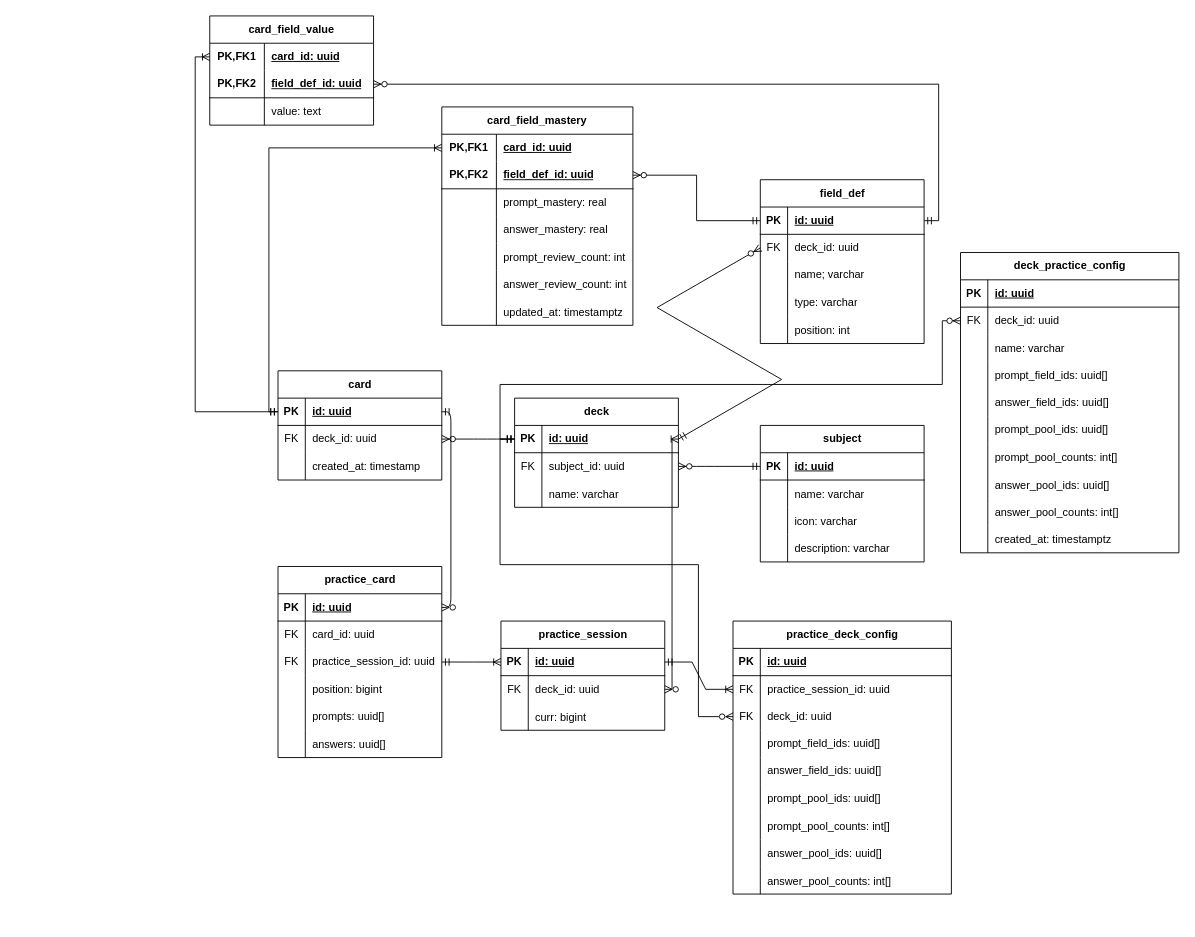
Before: docs/Flashy-v0.1.1.drawio in lushihui51/Flashy, a draw.io diagram. Source tidied: cells renumbered, new cells numbered last; positions are measured from the earlier drawing's top-left corner, leaving out a move shared by most shapes. Both pictures are drawn from the tidied source at 91%, with x=0, y=0 at pixel (195, 15).
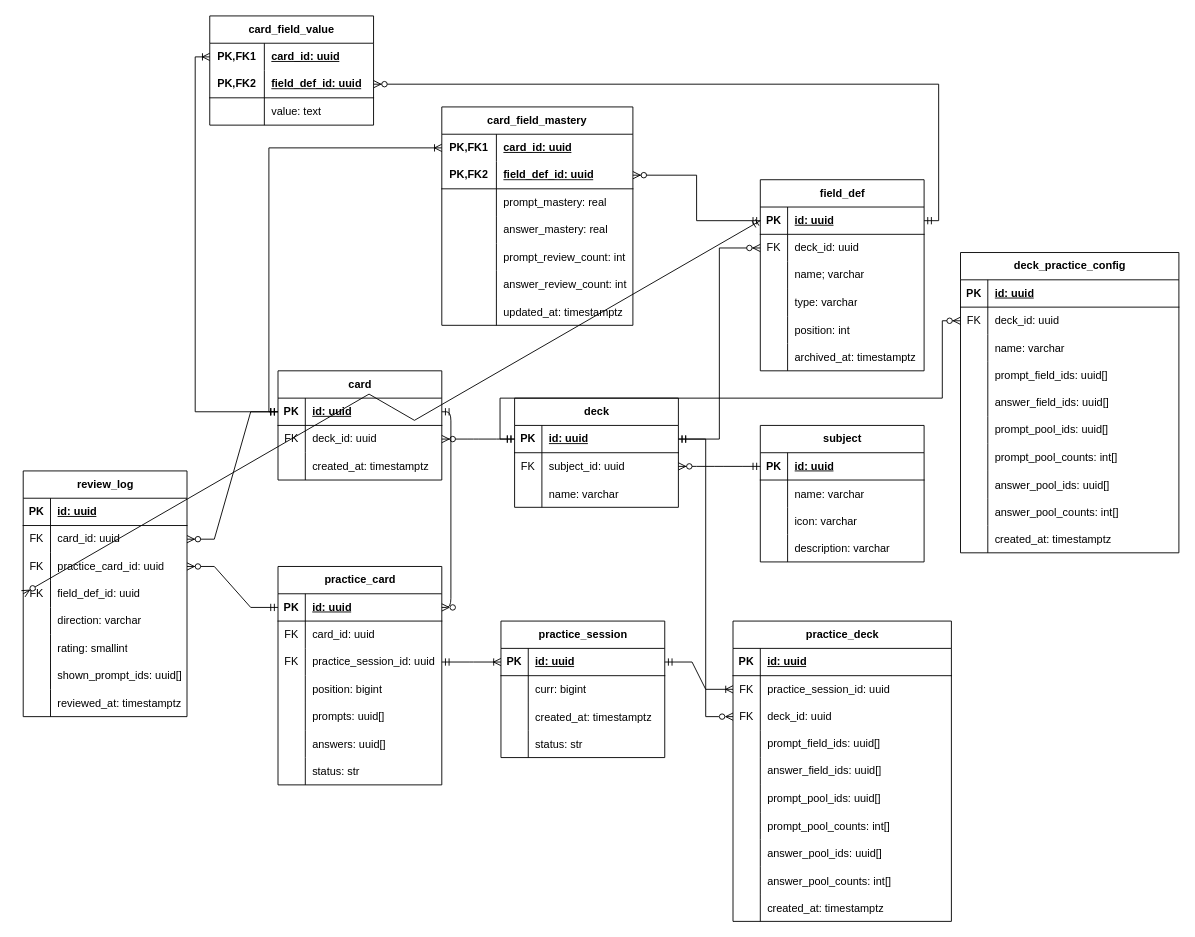
Above is the later version.

Unchanged cells that the change refers to:
```xml
<mxCell id="3" style="shape=tableRow;horizontal=0;startSize=0;swimlaneHead=0;swimlaneBody=0;fillColor=none;points=[[0,0.5],[1,0.5]];portConstraint=eastwest;top=0;left=0;right=0;bottom=1;" parent="2" vertex="1">
  <mxGeometry y="30" width="180" height="30" as="geometry" />
</mxCell>
<mxCell id="9" style="shape=tableRow;horizontal=0;startSize=0;swimlaneHead=0;swimlaneBody=0;fillColor=none;top=0;left=0;right=0;bottom=0;" parent="2" vertex="1">
  <mxGeometry y="90" width="180" height="30" as="geometry" />
</mxCell>
<mxCell id="13" style="shape=tableRow;horizontal=0;startSize=0;swimlaneHead=0;swimlaneBody=0;fillColor=none;points=[[0,0.5],[1,0.5]];portConstraint=eastwest;top=0;left=0;right=0;bottom=1;" parent="12" vertex="1">
  <mxGeometry y="30" width="180" height="30" as="geometry" />
</mxCell>
<mxCell id="38" style="shape=tableRow;horizontal=0;startSize=0;swimlaneHead=0;swimlaneBody=0;fillColor=none;points=[[0,0.5],[1,0.5]];portConstraint=eastwest;top=0;left=0;right=0;bottom=1;" parent="37" vertex="1">
  <mxGeometry y="30" width="180" height="30" as="geometry" />
</mxCell>
<mxCell id="68" style="shape=tableRow;horizontal=0;startSize=0;swimlaneHead=0;swimlaneBody=0;fillColor=none;points=[[0,0.5],[1,0.5]];portConstraint=eastwest;top=0;left=0;right=0;bottom=1;" parent="67" vertex="1">
  <mxGeometry y="30" width="180" height="30" as="geometry" />
</mxCell>
<mxCell id="71" style="shape=tableRow;horizontal=0;startSize=0;swimlaneHead=0;swimlaneBody=0;fillColor=none;points=[[0,0.5],[1,0.5]];portConstraint=eastwest;top=0;left=0;right=0;bottom=0;" parent="67" vertex="1">
  <mxGeometry y="60" width="180" height="30" as="geometry" />
</mxCell>
<mxCell id="125" style="shape=tableRow;horizontal=0;startSize=0;swimlaneHead=0;swimlaneBody=0;fillColor=none;points=[[0,0.5],[1,0.5]];portConstraint=eastwest;top=0;left=0;right=0;bottom=0;" parent="121" vertex="1">
  <mxGeometry y="60" width="240" height="30" as="geometry" />
</mxCell>
<mxCell id="159" style="shape=tableRow;horizontal=0;startSize=0;swimlaneHead=0;swimlaneBody=0;fillColor=none;points=[[0,0.5],[1,0.5]];portConstraint=eastwest;top=0;left=0;right=0;bottom=0;" parent="152" vertex="1">
  <mxGeometry y="90" width="240" height="30" as="geometry" />
</mxCell>
```

Diff of the diagram source:
```diff
@@
-    <mxCell id="11" value="created_at: timestamp" style="shape=partialRectangle;fillColor=none;top=0;left=0;bottom=0;right=0;align=left;spacingLeft=6;overflow=hidden;" parent="9" vertex="1">
+    <mxCell id="11" value="created_at: timestamptz" style="shape=partialRectangle;fillColor=none;top=0;left=0;bottom=0;right=0;align=left;spacingLeft=6;overflow=hidden;" parent="9" vertex="1">
       <mxGeometry x="30" width="150" height="30" as="geometry" />
     </mxCell>
@@
     <mxCell id="37" value="practice_card" style="shape=table;startSize=30;childLayout=tableLayout;rowLines=0;fontStyle=1;align=center;html=1;" parent="1" vertex="1">
-      <mxGeometry x="91" y="605" width="180" height="210" as="geometry" />
+      <mxGeometry x="91" y="605" width="180" height="240" as="geometry" />
     </mxCell>
@@
+    <mxCell id="184" style="shape=tableRow;horizontal=0;startSize=0;swimlaneHead=0;swimlaneBody=0;fillColor=none;top=0;left=0;right=0;bottom=0;" parent="37" vertex="1">
+      <mxGeometry y="210" width="180" height="30" as="geometry" />
+    </mxCell>
+    <mxCell id="185" style="shape=partialRectangle;fillColor=none;top=0;left=0;bottom=0;right=0;overflow=hidden;" parent="184" vertex="1">
+      <mxGeometry width="30" height="30" as="geometry" />
+    </mxCell>
+    <mxCell id="186" value="status: str" style="shape=partialRectangle;fillColor=none;top=0;left=0;bottom=0;right=0;align=left;spacingLeft=6;overflow=hidden;" parent="184" vertex="1">
+      <mxGeometry x="30" width="150" height="30" as="geometry" />
+    </mxCell>
     <mxCell id="56" value="practice_session" style="shape=table;startSize=30;childLayout=tableLayout;rowLines=0;fontStyle=1;align=center;html=1;" parent="1" vertex="1">
-      <mxGeometry x="336" y="665" width="180" height="120" as="geometry" />
+      <mxGeometry x="336" y="665" width="180" height="150" as="geometry" />
     </mxCell>
@@
-    <mxCell id="60" style="shape=tableRow;horizontal=0;startSize=0;swimlaneHead=0;swimlaneBody=0;fillColor=none;points=[[0,0.5],[1,0.5]];portConstraint=eastwest;top=0;left=0;right=0;bottom=0;" parent="56" vertex="1">
-      <mxGeometry y="60" width="180" height="30" as="geometry" />
-    </mxCell>
-    <mxCell id="61" value="FK" style="shape=partialRectangle;fillColor=none;top=0;left=0;bottom=0;right=0;fontStyle=0;overflow=hidden;whiteSpace=wrap;html=1;" parent="60" vertex="1">
-      <mxGeometry width="30" height="30" as="geometry" />
-    </mxCell>
-    <mxCell id="62" value="deck_id: uuid" style="shape=partialRectangle;fillColor=none;top=0;left=0;bottom=0;right=0;align=left;spacingLeft=6;fontStyle=0;overflow=hidden;whiteSpace=wrap;html=1;" parent="60" vertex="1">
-      <mxGeometry x="30" width="150" height="30" as="geometry" />
-    </mxCell>
     <mxCell id="63" style="shape=tableRow;horizontal=0;startSize=0;swimlaneHead=0;swimlaneBody=0;fillColor=none;top=0;left=0;right=0;bottom=0;" parent="56" vertex="1">
-      <mxGeometry y="90" width="180" height="30" as="geometry" />
+      <mxGeometry y="60" width="180" height="30" as="geometry" />
     </mxCell>
@@
+    <mxCell id="187" style="shape=tableRow;horizontal=0;startSize=0;swimlaneHead=0;swimlaneBody=0;fillColor=none;top=0;left=0;right=0;bottom=0;" parent="56" vertex="1">
+      <mxGeometry y="90" width="180" height="30" as="geometry" />
+    </mxCell>
+    <mxCell id="188" style="shape=partialRectangle;fillColor=none;top=0;left=0;bottom=0;right=0;overflow=hidden;" parent="187" vertex="1">
+      <mxGeometry width="30" height="30" as="geometry" />
+    </mxCell>
+    <mxCell id="189" value="created_at: timestamptz" style="shape=partialRectangle;fillColor=none;top=0;left=0;bottom=0;right=0;align=left;spacingLeft=6;overflow=hidden;" parent="187" vertex="1">
+      <mxGeometry x="30" width="150" height="30" as="geometry" />
+    </mxCell>
+    <mxCell id="190" style="shape=tableRow;horizontal=0;startSize=0;swimlaneHead=0;swimlaneBody=0;fillColor=none;top=0;left=0;right=0;bottom=0;" parent="56" vertex="1">
+      <mxGeometry y="120" width="180" height="30" as="geometry" />
+    </mxCell>
+    <mxCell id="191" style="shape=partialRectangle;fillColor=none;top=0;left=0;bottom=0;right=0;overflow=hidden;" parent="190" vertex="1">
+      <mxGeometry width="30" height="30" as="geometry" />
+    </mxCell>
+    <mxCell id="192" value="status: str" style="shape=partialRectangle;fillColor=none;top=0;left=0;bottom=0;right=0;align=left;spacingLeft=6;overflow=hidden;" parent="190" vertex="1">
+      <mxGeometry x="30" width="150" height="30" as="geometry" />
+    </mxCell>
@@
     <mxCell id="67" value="field_def" style="shape=table;startSize=30;childLayout=tableLayout;rowLines=0;fontStyle=1;align=center;html=1;" parent="1" vertex="1">
-      <mxGeometry x="621" y="180" width="180" height="180" as="geometry" />
+      <mxGeometry x="621" y="180" width="180" height="210" as="geometry" />
     </mxCell>
@@
+    <mxCell id="193" style="shape=tableRow;horizontal=0;startSize=0;swimlaneHead=0;swimlaneBody=0;fillColor=none;top=0;left=0;right=0;bottom=0;" parent="67" vertex="1">
+      <mxGeometry y="180" width="180" height="30" as="geometry" />
+    </mxCell>
+    <mxCell id="194" style="shape=partialRectangle;fillColor=none;top=0;left=0;bottom=0;right=0;overflow=hidden;" parent="193" vertex="1">
+      <mxGeometry width="30" height="30" as="geometry" />
+    </mxCell>
+    <mxCell id="195" value="archived_at: timestamptz" style="shape=partialRectangle;fillColor=none;top=0;left=0;bottom=0;right=0;align=left;spacingLeft=6;overflow=hidden;" parent="193" vertex="1">
+      <mxGeometry x="30" width="150" height="30" as="geometry" />
+    </mxCell>
-    <mxCell id="83" style="fontSize=12;html=1;endArrow=ERzeroToMany;startArrow=ERmandOne;rounded=0;entryX=0;entryY=0.5;entryDx=0;entryDy=0;exitX=1;exitY=0.5;exitDx=0;exitDy=0;edgeStyle=isometricEdgeStyle;" parent="1" edge="1" source="13" target="71">
-      <mxGeometry relative="1" as="geometry" />
+    <mxCell id="83" style="fontSize=12;html=1;endArrow=ERzeroToMany;startArrow=ERmandOne;rounded=0;entryX=0;entryY=0.5;entryDx=0;entryDy=0;exitX=1;exitY=0.5;exitDx=0;exitDy=0;edgeStyle=orthogonalEdgeStyle;libavoidRouting=1;" parent="1" edge="1" source="13" target="71">
+      <mxGeometry relative="1" as="geometry">
+        <Array as="points">
+          <mxPoint x="576" y="465" />
+          <mxPoint x="576" y="255" />
+        </Array>
+      </mxGeometry>
     </mxCell>
@@
-    <mxCell id="117" style="edgeStyle=elbowEdgeStyle;fontSize=12;html=1;endArrow=ERoneToMany;startArrow=ERzeroToMany;rounded=0;exitX=1;exitY=0.5;exitDx=0;exitDy=0;entryX=1;entryY=0.5;entryDx=0;entryDy=0;" parent="1" edge="1" source="60" target="13">
-      <mxGeometry relative="1" as="geometry" />
-    </mxCell>
@@
-    <mxCell id="152" value="practice_deck_config" style="shape=table;startSize=30;childLayout=tableLayout;rowLines=0;fontStyle=1;align=center;html=1;" parent="1" vertex="1">
-      <mxGeometry x="591" y="665" width="240" height="300" as="geometry" />
+    <mxCell id="152" value="practice_deck" style="shape=table;startSize=30;childLayout=tableLayout;rowLines=0;fontStyle=1;align=center;html=1;" parent="1" vertex="1">
+      <mxGeometry x="591" y="665" width="240" height="330" as="geometry" />
     </mxCell>
@@
+    <mxCell id="196" style="shape=tableRow;horizontal=0;startSize=0;swimlaneHead=0;swimlaneBody=0;fillColor=none;top=0;left=0;right=0;bottom=0;" parent="152" vertex="1">
+      <mxGeometry y="300" width="240" height="30" as="geometry" />
+    </mxCell>
+    <mxCell id="197" style="shape=partialRectangle;fillColor=none;top=0;left=0;bottom=0;right=0;overflow=hidden;" parent="196" vertex="1">
+      <mxGeometry width="30" height="30" as="geometry" />
+    </mxCell>
+    <mxCell id="198" value="created_at: timestamptz" style="shape=partialRectangle;fillColor=none;top=0;left=0;bottom=0;right=0;align=left;spacingLeft=6;overflow=hidden;" parent="196" vertex="1">
+      <mxGeometry x="30" width="210" height="30" as="geometry" />
+    </mxCell>
     <mxCell id="180" style="edgeStyle=orthogonalEdgeStyle;fontSize=12;html=1;endArrow=ERzeroToMany;startArrow=ERmandOne;rounded=0;exitX=0;exitY=0.5;exitDx=0;exitDy=0;entryX=0;entryY=0.5;entryDx=0;entryDy=0;libavoidRouting=1;" parent="1" edge="1" source="13" target="125">
       <mxGeometry relative="1" as="geometry">
         <Array as="points">
           <mxPoint x="335" y="465" />
-          <mxPoint x="335" y="405" />
-          <mxPoint x="821" y="405" />
+          <mxPoint x="335" y="420" />
+          <mxPoint x="821" y="420" />
           <mxPoint x="821" y="335" />
         </Array>
       </mxGeometry>
     </mxCell>
@@
-    <mxCell id="183" style="edgeStyle=orthogonalEdgeStyle;fontSize=12;html=1;endArrow=ERzeroToMany;startArrow=ERmandOne;rounded=0;entryX=0;entryY=0.5;entryDx=0;entryDy=0;strokeColor=default;exitX=0;exitY=0.5;exitDx=0;exitDy=0;endFill=0;" parent="1" edge="1" source="13" target="159">
-      <mxGeometry relative="1" as="geometry">
-        <Array as="points">
-          <mxPoint x="335" y="465" />
-          <mxPoint x="335" y="603" />
-          <mxPoint x="553" y="603" />
-          <mxPoint x="553" y="770" />
-        </Array>
-      </mxGeometry>
+    <mxCell id="183" style="fontSize=12;html=1;endArrow=ERzeroToMany;startArrow=ERmandOne;rounded=0;entryX=0;entryY=0.5;entryDx=0;entryDy=0;strokeColor=default;exitX=1;exitY=0.5;exitDx=0;exitDy=0;endFill=0;edgeStyle=orthogonalEdgeStyle;" parent="1" edge="1" source="13" target="159">
+      <mxGeometry relative="1" as="geometry" />
     </mxCell>
+    <mxCell id="199" value="review_log" style="shape=table;startSize=30;childLayout=tableLayout;rowLines=0;fontStyle=1;align=center;html=1;" parent="1" vertex="1">
+      <mxGeometry x="-189" y="500" width="180" height="270" as="geometry" />
+    </mxCell>
+    <mxCell id="200" style="shape=tableRow;horizontal=0;startSize=0;swimlaneHead=0;swimlaneBody=0;fillColor=none;top=0;left=0;right=0;bottom=1;" parent="199" vertex="1">
+      <mxGeometry y="30" width="180" height="30" as="geometry" />
+    </mxCell>
+    <mxCell id="201" value="PK" style="shape=partialRectangle;fillColor=none;top=0;left=0;bottom=0;right=0;fontStyle=1;overflow=hidden;whiteSpace=wrap;html=1;" parent="200" vertex="1">
+      <mxGeometry width="30" height="30" as="geometry" />
+    </mxCell>
+    <mxCell id="202" value="&lt;div&gt;id: uuid&lt;/div&gt;" style="shape=partialRectangle;fillColor=none;top=0;left=0;bottom=0;right=0;align=left;spacingLeft=6;fontStyle=5;overflow=hidden;whiteSpace=wrap;html=1;" parent="200" vertex="1">
+      <mxGeometry x="30" width="150" height="30" as="geometry" />
+    </mxCell>
+    <mxCell id="60" style="shape=tableRow;horizontal=0;startSize=0;swimlaneHead=0;swimlaneBody=0;fillColor=none;points=[[0,0.5],[1,0.5]];portConstraint=eastwest;top=0;left=0;right=0;bottom=0;" parent="199" vertex="1">
+      <mxGeometry y="60" width="180" height="30" as="geometry" />
+    </mxCell>
+    <mxCell id="203" value="FK" style="shape=partialRectangle;fillColor=none;top=0;left=0;bottom=0;right=0;fontStyle=0;overflow=hidden;whiteSpace=wrap;html=1;" parent="60" vertex="1">
+      <mxGeometry width="30" height="30" as="geometry" />
+    </mxCell>
+    <mxCell id="204" value="card_id: uuid" style="shape=partialRectangle;fillColor=none;top=0;left=0;bottom=0;right=0;align=left;spacingLeft=6;fontStyle=0;overflow=hidden;whiteSpace=wrap;html=1;" parent="60" vertex="1">
+      <mxGeometry x="30" width="150" height="30" as="geometry" />
+    </mxCell>
+    <mxCell id="205" style="shape=tableRow;horizontal=0;startSize=0;swimlaneHead=0;swimlaneBody=0;fillColor=none;points=[[0,0.5],[1,0.5]];portConstraint=eastwest;top=0;left=0;right=0;bottom=0;" parent="199" vertex="1">
+      <mxGeometry y="90" width="180" height="30" as="geometry" />
+    </mxCell>
+    <mxCell id="206" value="FK" style="shape=partialRectangle;fillColor=none;top=0;left=0;bottom=0;right=0;fontStyle=0;overflow=hidden;whiteSpace=wrap;html=1;" parent="205" vertex="1">
+      <mxGeometry width="30" height="30" as="geometry" />
+    </mxCell>
+    <mxCell id="207" value="practice_card_id: uuid" style="shape=partialRectangle;fillColor=none;top=0;left=0;bottom=0;right=0;align=left;spacingLeft=6;fontStyle=0;overflow=hidden;whiteSpace=wrap;html=1;" parent="205" vertex="1">
+      <mxGeometry x="30" width="150" height="30" as="geometry" />
+    </mxCell>
+    <mxCell id="208" style="shape=tableRow;horizontal=0;startSize=0;swimlaneHead=0;swimlaneBody=0;fillColor=none;top=0;left=0;right=0;bottom=0;" parent="199" vertex="1">
+      <mxGeometry y="120" width="180" height="30" as="geometry" />
+    </mxCell>
+    <mxCell id="209" value="FK" style="shape=partialRectangle;fillColor=none;top=0;left=0;bottom=0;right=0;fontStyle=0;overflow=hidden;whiteSpace=wrap;html=1;" parent="208" vertex="1">
+      <mxGeometry width="30" height="30" as="geometry" />
+    </mxCell>
+    <mxCell id="210" value="field_def_id: uuid" style="shape=partialRectangle;fillColor=none;top=0;left=0;bottom=0;right=0;align=left;spacingLeft=6;fontStyle=0;overflow=hidden;whiteSpace=wrap;html=1;" parent="208" vertex="1">
+      <mxGeometry x="30" width="150" height="30" as="geometry" />
+    </mxCell>
+    <mxCell id="211" style="shape=tableRow;horizontal=0;startSize=0;swimlaneHead=0;swimlaneBody=0;fillColor=none;top=0;left=0;right=0;bottom=0;" parent="199" vertex="1">
+      <mxGeometry y="150" width="180" height="30" as="geometry" />
+    </mxCell>
+    <mxCell id="212" style="shape=partialRectangle;fillColor=none;top=0;left=0;bottom=0;right=0;overflow=hidden;whiteSpace=wrap;html=1;" parent="211" vertex="1">
+      <mxGeometry width="30" height="30" as="geometry" />
+    </mxCell>
+    <mxCell id="213" value="direction: varchar" style="shape=partialRectangle;fillColor=none;top=0;left=0;bottom=0;right=0;align=left;spacingLeft=6;overflow=hidden;whiteSpace=wrap;html=1;" parent="211" vertex="1">
+      <mxGeometry x="30" width="150" height="30" as="geometry" />
+    </mxCell>
+    <mxCell id="214" style="shape=tableRow;horizontal=0;startSize=0;swimlaneHead=0;swimlaneBody=0;fillColor=none;top=0;left=0;right=0;bottom=0;" parent="199" vertex="1">
+      <mxGeometry y="180" width="180" height="30" as="geometry" />
+    </mxCell>
+    <mxCell id="215" style="shape=partialRectangle;fillColor=none;top=0;left=0;bottom=0;right=0;overflow=hidden;whiteSpace=wrap;html=1;" parent="214" vertex="1">
+      <mxGeometry width="30" height="30" as="geometry" />
+    </mxCell>
+    <mxCell id="216" value="rating: smallint" style="shape=partialRectangle;fillColor=none;top=0;left=0;bottom=0;right=0;align=left;spacingLeft=6;overflow=hidden;whiteSpace=wrap;html=1;" parent="214" vertex="1">
+      <mxGeometry x="30" width="150" height="30" as="geometry" />
+    </mxCell>
+    <mxCell id="217" style="shape=tableRow;horizontal=0;startSize=0;swimlaneHead=0;swimlaneBody=0;fillColor=none;top=0;left=0;right=0;bottom=0;" parent="199" vertex="1">
+      <mxGeometry y="210" width="180" height="30" as="geometry" />
+    </mxCell>
+    <mxCell id="218" style="shape=partialRectangle;fillColor=none;top=0;left=0;bottom=0;right=0;overflow=hidden;whiteSpace=wrap;html=1;" parent="217" vertex="1">
+      <mxGeometry width="30" height="30" as="geometry" />
+    </mxCell>
+    <mxCell id="219" value="shown_prompt_ids: uuid[]" style="shape=partialRectangle;fillColor=none;top=0;left=0;bottom=0;right=0;align=left;spacingLeft=6;overflow=hidden;whiteSpace=wrap;html=1;" parent="217" vertex="1">
+      <mxGeometry x="30" width="150" height="30" as="geometry" />
+    </mxCell>
+    <mxCell id="220" style="shape=tableRow;horizontal=0;startSize=0;swimlaneHead=0;swimlaneBody=0;fillColor=none;top=0;left=0;right=0;bottom=0;" parent="199" vertex="1">
+      <mxGeometry y="240" width="180" height="30" as="geometry" />
+    </mxCell>
+    <mxCell id="221" style="shape=partialRectangle;fillColor=none;top=0;left=0;bottom=0;right=0;overflow=hidden;" parent="220" vertex="1">
+      <mxGeometry width="30" height="30" as="geometry" />
+    </mxCell>
+    <mxCell id="222" value="reviewed_at: timestamptz" style="shape=partialRectangle;fillColor=none;top=0;left=0;bottom=0;right=0;align=left;spacingLeft=6;overflow=hidden;" parent="220" vertex="1">
+      <mxGeometry x="30" width="150" height="30" as="geometry" />
+    </mxCell>
+    <mxCell id="223" style="edgeStyle=isometricEdgeStyle;fontSize=12;html=1;endArrow=ERzeroToMany;startArrow=ERmandOne;rounded=0;entryX=0;entryY=0.5;entryDx=0;entryDy=0;exitX=0;exitY=0.5;exitDx=0;exitDy=0;" parent="1" edge="1" source="68" target="199">
+      <mxGeometry relative="1" as="geometry" />
+    </mxCell>
+    <mxCell id="224" style="edgeStyle=entityRelationEdgeStyle;fontSize=12;html=1;endArrow=ERzeroToMany;startArrow=ERmandOne;rounded=0;entryX=1;entryY=0.5;entryDx=0;entryDy=0;exitX=0;exitY=0.5;exitDx=0;exitDy=0;" parent="1" edge="1" source="38" target="205">
+      <mxGeometry relative="1" as="geometry" />
+    </mxCell>
+    <mxCell id="225" style="edgeStyle=entityRelationEdgeStyle;fontSize=12;html=1;endArrow=ERzeroToMany;startArrow=ERmandOne;rounded=0;exitX=0;exitY=0.5;exitDx=0;exitDy=0;entryX=1;entryY=0.5;entryDx=0;entryDy=0;" parent="1" edge="1" source="3" target="60">
+      <mxGeometry relative="1" as="geometry" />
+    </mxCell>
```
